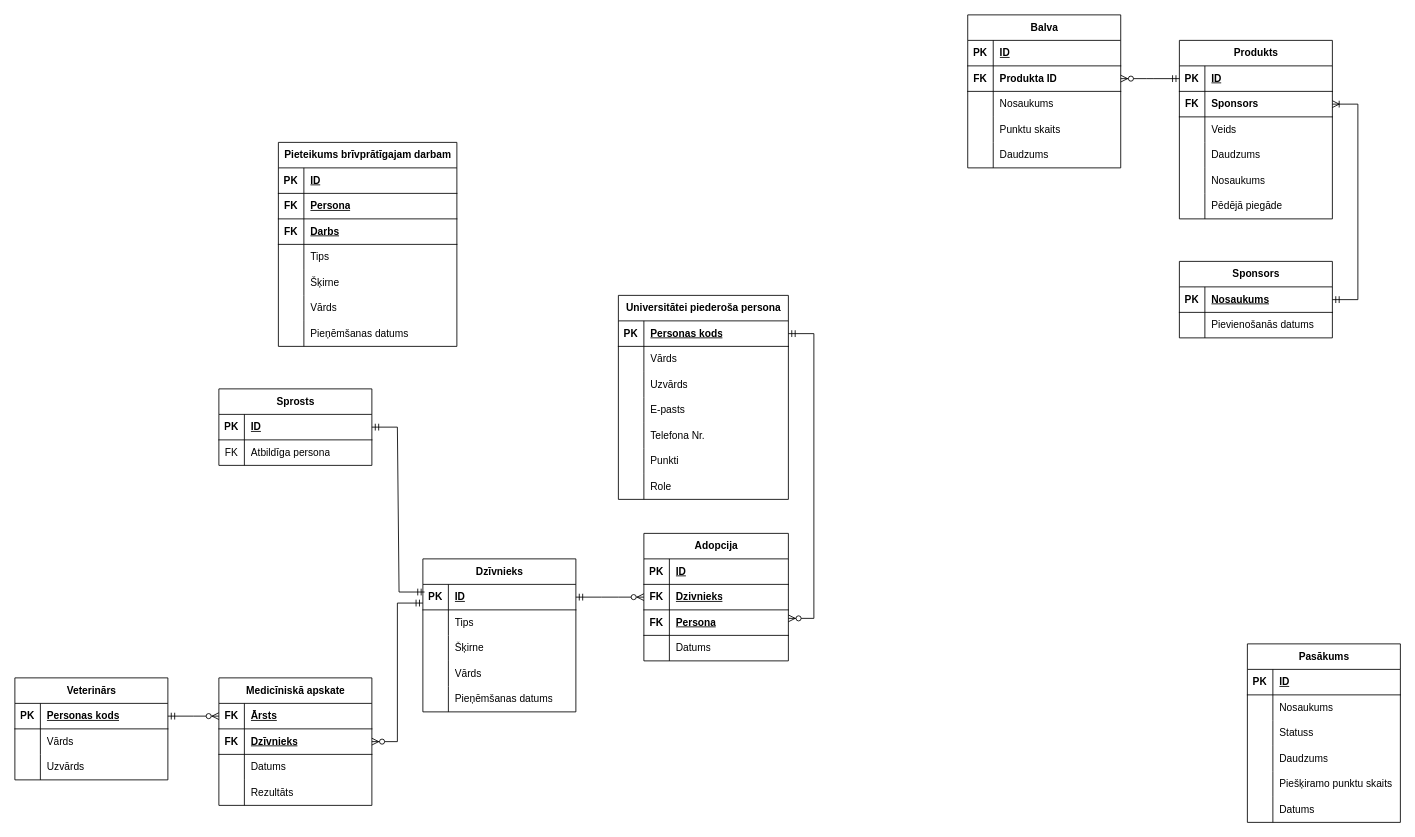
Boris-Zalov/richat keeps this draw.io diagram as Animal shelter.drawio. Above is the earlier version. Source tidied: cells renumbered, new cells numbered last; positions are measured from the earlier drawing's top-left corner, leaving out a move shared by most shapes. Both pictures are drawn from the tidied source at 85%, with x=0, y=0 at pixel (14, 14).
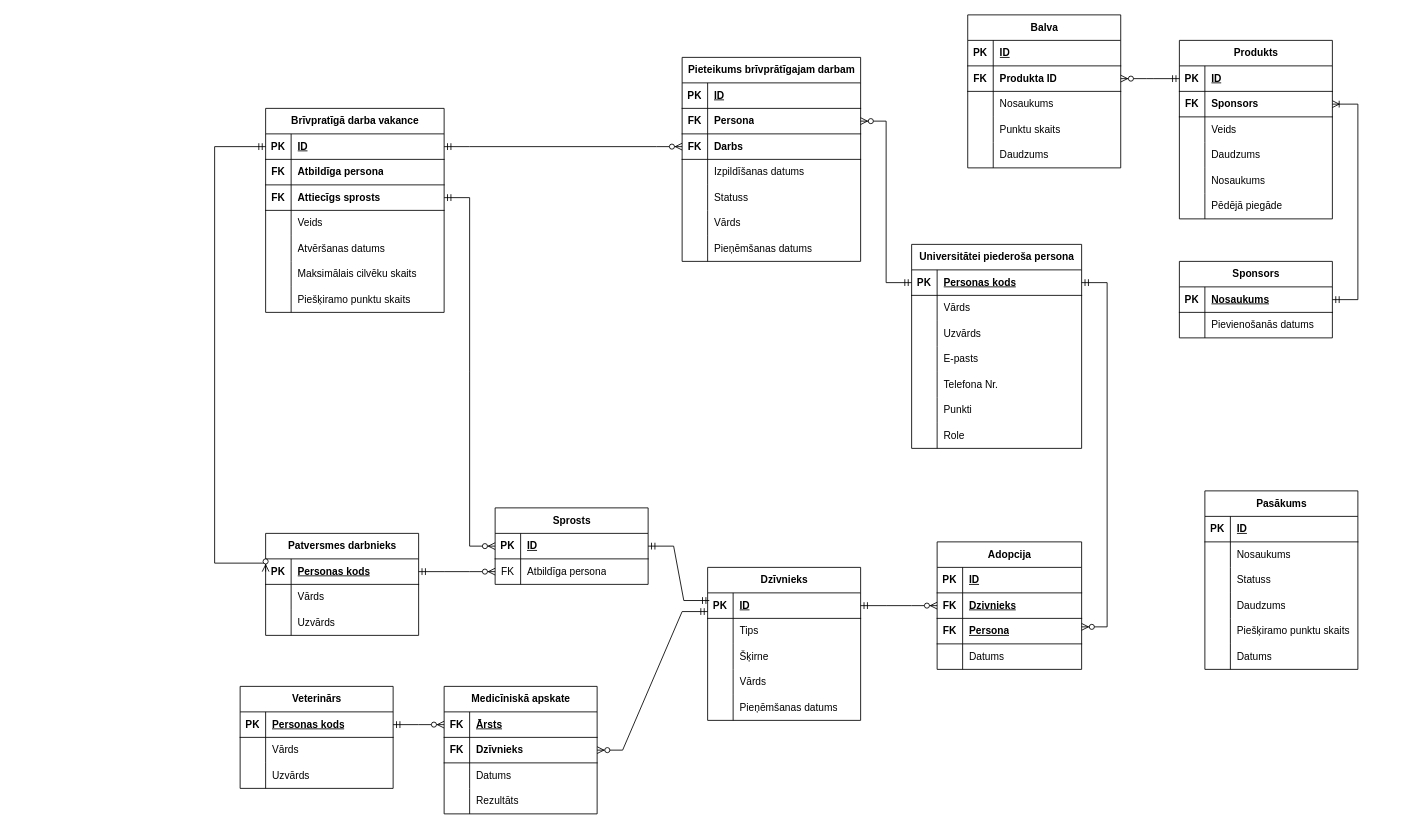
The same page after the edit.

The change refers to these unchanged cells:
```xml
<mxCell id="45" style="shape=tableRow;horizontal=0;startSize=0;swimlaneHead=0;swimlaneBody=0;fillColor=none;points=[[0,0.5],[1,0.5]];portConstraint=eastwest;top=0;left=0;right=0;bottom=1;" parent="44" vertex="1">
  <mxGeometry y="30" width="180" height="30" as="geometry" />
</mxCell>
<mxCell id="55" style="shape=tableRow;horizontal=0;startSize=0;swimlaneHead=0;swimlaneBody=0;fillColor=none;points=[[0,0.5],[1,0.5]];portConstraint=eastwest;top=0;left=0;right=0;bottom=1;" parent="54" vertex="1">
  <mxGeometry y="30" width="180" height="30" as="geometry" />
</mxCell>
<mxCell id="58" style="shape=tableRow;horizontal=0;startSize=0;swimlaneHead=0;swimlaneBody=0;fillColor=none;points=[[0,0.5],[1,0.5]];portConstraint=eastwest;top=0;left=0;right=0;bottom=1;" parent="54" vertex="1">
  <mxGeometry y="60" width="180" height="30" as="geometry" />
</mxCell>
<mxCell id="68" style="shape=tableRow;horizontal=0;startSize=0;swimlaneHead=0;swimlaneBody=0;fillColor=none;points=[[0,0.5],[1,0.5]];portConstraint=eastwest;top=0;left=0;right=0;bottom=1;" parent="67" vertex="1">
  <mxGeometry y="30" width="180" height="30" as="geometry" />
</mxCell>
<mxCell id="121" style="shape=tableRow;horizontal=0;startSize=0;swimlaneHead=0;swimlaneBody=0;fillColor=none;points=[[0,0.5],[1,0.5]];portConstraint=eastwest;top=0;left=0;right=0;bottom=1;" parent="120" vertex="1">
  <mxGeometry y="30" width="200" height="30" as="geometry" />
</mxCell>
<mxCell id="147" style="shape=tableRow;horizontal=0;startSize=0;swimlaneHead=0;swimlaneBody=0;fillColor=none;points=[[0,0.5],[1,0.5]];portConstraint=eastwest;top=0;left=0;right=0;bottom=0;" parent="143" vertex="1">
  <mxGeometry y="60" width="180" height="30" as="geometry" />
</mxCell>
<mxCell id="155" style="shape=tableRow;horizontal=0;startSize=0;swimlaneHead=0;swimlaneBody=0;fillColor=none;points=[[0,0.5],[1,0.5]];portConstraint=eastwest;top=0;left=0;right=0;bottom=1;" parent="151" vertex="1">
  <mxGeometry y="60" width="210" height="30" as="geometry" />
</mxCell>
<mxCell id="158" style="shape=tableRow;horizontal=0;startSize=0;swimlaneHead=0;swimlaneBody=0;fillColor=none;points=[[0,0.5],[1,0.5]];portConstraint=eastwest;top=0;left=0;right=0;bottom=1;" parent="151" vertex="1">
  <mxGeometry y="90" width="210" height="30" as="geometry" />
</mxCell>
<mxCell id="161" style="shape=tableRow;horizontal=0;startSize=0;swimlaneHead=0;swimlaneBody=0;fillColor=none;top=0;left=0;right=0;bottom=0;" parent="151" vertex="1">
  <mxGeometry y="120" width="210" height="30" as="geometry" />
</mxCell>
<mxCell id="164" style="shape=tableRow;horizontal=0;startSize=0;swimlaneHead=0;swimlaneBody=0;fillColor=none;top=0;left=0;right=0;bottom=0;" parent="151" vertex="1">
  <mxGeometry y="150" width="210" height="30" as="geometry" />
</mxCell>
```

Change to the diagram source:
```diff
@@
     <mxCell id="44" value="Veterinārs" style="shape=table;startSize=30;childLayout=tableLayout;rowLines=0;fontStyle=1;align=center;html=1;" parent="1" vertex="1">
-      <mxGeometry y="780" width="180" height="120" as="geometry" />
+      <mxGeometry x="265" y="790" width="180" height="120" as="geometry" />
     </mxCell>
@@
     <mxCell id="54" value="Medicīniskā apskate" style="shape=table;startSize=30;childLayout=tableLayout;rowLines=0;fontStyle=1;align=center;html=1;" parent="1" vertex="1">
-      <mxGeometry x="240" y="780" width="180" height="150" as="geometry" />
+      <mxGeometry x="505" y="790" width="180" height="150" as="geometry" />
     </mxCell>
@@
-    <mxCell id="60" value="Dzīvnieks" style="shape=partialRectangle;fillColor=none;top=0;left=0;bottom=0;right=0;align=left;spacingLeft=6;fontStyle=5;overflow=hidden;whiteSpace=wrap;html=1;" parent="58" vertex="1">
+    <mxCell id="60" value="Dzīvnieks" style="shape=partialRectangle;fillColor=none;top=0;left=0;bottom=0;right=0;align=left;spacingLeft=6;fontStyle=1;overflow=hidden;whiteSpace=wrap;html=1;" parent="58" vertex="1">
       <mxGeometry x="30" width="150" height="30" as="geometry" />
     </mxCell>
@@
     <mxCell id="67" value="Dzīvnieks" style="shape=table;startSize=30;childLayout=tableLayout;rowLines=0;fontStyle=1;align=center;html=1;" parent="1" vertex="1">
-      <mxGeometry x="480" y="640" width="180" height="180" as="geometry" />
+      <mxGeometry x="815" y="650" width="180" height="180" as="geometry" />
     </mxCell>
@@
     <mxCell id="83" value="Adopcija" style="shape=table;startSize=30;childLayout=tableLayout;rowLines=0;fontStyle=1;align=center;html=1;" parent="1" vertex="1">
-      <mxGeometry x="740" y="610" width="170" height="150" as="geometry" />
+      <mxGeometry x="1085" y="620" width="170" height="150" as="geometry" />
     </mxCell>
@@
     <mxCell id="98" style="edgeStyle=entityRelationEdgeStyle;fontSize=12;html=1;endArrow=ERzeroToMany;startArrow=ERmandOne;rounded=0;exitX=0;exitY=0.733;exitDx=0;exitDy=0;entryX=1;entryY=0.5;entryDx=0;entryDy=0;exitPerimeter=0;" parent="1" edge="1" source="68" target="58">
       <mxGeometry relative="1" as="geometry">
         <Array as="points">
-          <mxPoint x="380" y="693" />
-          <mxPoint x="420" y="730" />
-          <mxPoint x="470" y="730" />
-          <mxPoint x="380" y="670" />
-          <mxPoint x="470" y="660" />
-          <mxPoint x="450" y="774" />
-          <mxPoint x="550" y="560" />
+          <mxPoint x="490" y="683" />
+          <mxPoint x="530" y="720" />
+          <mxPoint x="580" y="720" />
+          <mxPoint x="490" y="660" />
+          <mxPoint x="580" y="650" />
+          <mxPoint x="560" y="764" />
+          <mxPoint x="660" y="550" />
         </Array>
       </mxGeometry>
     </mxCell>
     <mxCell id="99" style="edgeStyle=entityRelationEdgeStyle;fontSize=12;html=1;endArrow=ERzeroToMany;startArrow=ERmandOne;rounded=0;exitX=1;exitY=0.5;exitDx=0;exitDy=0;entryX=0;entryY=0.5;entryDx=0;entryDy=0;" parent="1" edge="1" source="45" target="55">
       <mxGeometry relative="1" as="geometry">
         <Array as="points">
-          <mxPoint x="420" y="525" />
-          <mxPoint x="510" y="515" />
-          <mxPoint x="590" y="415" />
+          <mxPoint x="655" y="535" />
+          <mxPoint x="745" y="525" />
+          <mxPoint x="825" y="425" />
         </Array>
       </mxGeometry>
     </mxCell>
@@
     <mxCell id="101" value="Pasākums" style="shape=table;startSize=30;childLayout=tableLayout;rowLines=0;fontStyle=1;align=center;html=1;" parent="1" vertex="1">
-      <mxGeometry x="1450" y="740" width="180" height="210" as="geometry" />
+      <mxGeometry x="1400" y="560" width="180" height="210" as="geometry" />
     </mxCell>
@@
     <mxCell id="120" value="Universitātei piederoša persona" style="shape=table;startSize=30;childLayout=tableLayout;rowLines=0;fontStyle=1;align=center;html=1;" parent="1" vertex="1">
-      <mxGeometry x="710" y="330" width="200" height="240" as="geometry" />
+      <mxGeometry x="1055" y="270" width="200" height="240" as="geometry" />
     </mxCell>
@@
     <mxCell id="143" value="Sprosts" style="shape=table;startSize=30;childLayout=tableLayout;rowLines=0;fontStyle=1;align=center;html=1;" parent="1" vertex="1">
-      <mxGeometry x="240" y="440" width="180" height="90" as="geometry" />
+      <mxGeometry x="565" y="580" width="180" height="90" as="geometry" />
     </mxCell>
@@
     <mxCell id="151" value="Pieteikums brīvprātīgajam darbam" style="shape=table;startSize=30;childLayout=tableLayout;rowLines=0;fontStyle=1;align=center;html=1;" parent="1" vertex="1">
-      <mxGeometry x="310" y="150" width="210" height="240" as="geometry" />
+      <mxGeometry x="785" y="50" width="210" height="240" as="geometry" />
     </mxCell>
@@
-    <mxCell id="157" value="Persona" style="shape=partialRectangle;fillColor=none;top=0;left=0;bottom=0;right=0;align=left;spacingLeft=6;fontStyle=5;overflow=hidden;whiteSpace=wrap;html=1;" parent="155" vertex="1">
+    <mxCell id="157" value="Persona" style="shape=partialRectangle;fillColor=none;top=0;left=0;bottom=0;right=0;align=left;spacingLeft=6;fontStyle=1;overflow=hidden;whiteSpace=wrap;html=1;" parent="155" vertex="1">
       <mxGeometry x="30" width="180" height="30" as="geometry" />
     </mxCell>
@@
-    <mxCell id="160" value="Darbs" style="shape=partialRectangle;fillColor=none;top=0;left=0;bottom=0;right=0;align=left;spacingLeft=6;fontStyle=5;overflow=hidden;whiteSpace=wrap;html=1;" parent="158" vertex="1">
+    <mxCell id="160" value="Darbs" style="shape=partialRectangle;fillColor=none;top=0;left=0;bottom=0;right=0;align=left;spacingLeft=6;fontStyle=1;overflow=hidden;whiteSpace=wrap;html=1;" parent="158" vertex="1">
       <mxGeometry x="30" width="180" height="30" as="geometry" />
     </mxCell>
@@
-    <mxCell id="163" value="Tips" style="shape=partialRectangle;fillColor=none;top=0;left=0;bottom=0;right=0;align=left;spacingLeft=6;overflow=hidden;whiteSpace=wrap;html=1;" parent="161" vertex="1">
+    <mxCell id="163" value="Izpildīšanas datums" style="shape=partialRectangle;fillColor=none;top=0;left=0;bottom=0;right=0;align=left;spacingLeft=6;overflow=hidden;whiteSpace=wrap;html=1;" parent="161" vertex="1">
       <mxGeometry x="30" width="180" height="30" as="geometry" />
     </mxCell>
@@
-    <mxCell id="166" value="Šķirne" style="shape=partialRectangle;fillColor=none;top=0;left=0;bottom=0;right=0;align=left;spacingLeft=6;overflow=hidden;whiteSpace=wrap;html=1;" parent="164" vertex="1">
+    <mxCell id="166" value="Statuss" style="shape=partialRectangle;fillColor=none;top=0;left=0;bottom=0;right=0;align=left;spacingLeft=6;overflow=hidden;whiteSpace=wrap;html=1;" parent="164" vertex="1">
       <mxGeometry x="30" width="180" height="30" as="geometry" />
     </mxCell>
@@
+    <mxCell id="173" value="Brīvpratīgā darba vakance" style="shape=table;startSize=30;childLayout=tableLayout;rowLines=0;fontStyle=1;align=center;html=1;" parent="1" vertex="1">
+      <mxGeometry x="295" y="110" width="210" height="240" as="geometry" />
+    </mxCell>
+    <mxCell id="174" style="shape=tableRow;horizontal=0;startSize=0;swimlaneHead=0;swimlaneBody=0;fillColor=none;points=[[0,0.5],[1,0.5]];portConstraint=eastwest;top=0;left=0;right=0;bottom=1;fontStyle=4;" parent="173" vertex="1">
+      <mxGeometry y="30" width="210" height="30" as="geometry" />
+    </mxCell>
+    <mxCell id="175" value="PK" style="shape=partialRectangle;fillColor=none;top=0;left=0;bottom=0;right=0;fontStyle=1;overflow=hidden;whiteSpace=wrap;html=1;" parent="174" vertex="1">
+      <mxGeometry width="30" height="30" as="geometry" />
+    </mxCell>
+    <mxCell id="176" value="ID" style="shape=partialRectangle;fillColor=none;top=0;left=0;bottom=0;right=0;align=left;spacingLeft=6;fontStyle=5;overflow=hidden;whiteSpace=wrap;html=1;" parent="174" vertex="1">
+      <mxGeometry x="30" width="180" height="30" as="geometry" />
+    </mxCell>
+    <mxCell id="177" style="shape=tableRow;horizontal=0;startSize=0;swimlaneHead=0;swimlaneBody=0;fillColor=none;top=0;left=0;right=0;bottom=1;" parent="173" vertex="1">
+      <mxGeometry y="60" width="210" height="30" as="geometry" />
+    </mxCell>
+    <mxCell id="178" value="FK" style="shape=partialRectangle;fillColor=none;top=0;left=0;bottom=0;right=0;fontStyle=1;overflow=hidden;whiteSpace=wrap;html=1;" parent="177" vertex="1">
+      <mxGeometry width="30" height="30" as="geometry" />
+    </mxCell>
+    <mxCell id="179" value="Atbildīga persona" style="shape=partialRectangle;fillColor=none;top=0;left=0;bottom=0;right=0;align=left;spacingLeft=6;fontStyle=1;overflow=hidden;whiteSpace=wrap;html=1;" parent="177" vertex="1">
+      <mxGeometry x="30" width="180" height="30" as="geometry" />
+    </mxCell>
+    <mxCell id="180" style="shape=tableRow;horizontal=0;startSize=0;swimlaneHead=0;swimlaneBody=0;fillColor=none;points=[[0,0.5],[1,0.5]];portConstraint=eastwest;top=0;left=0;right=0;bottom=1;" parent="173" vertex="1">
+      <mxGeometry y="90" width="210" height="30" as="geometry" />
+    </mxCell>
+    <mxCell id="181" value="FK" style="shape=partialRectangle;fillColor=none;top=0;left=0;bottom=0;right=0;fontStyle=1;overflow=hidden;whiteSpace=wrap;html=1;" parent="180" vertex="1">
+      <mxGeometry width="30" height="30" as="geometry" />
+    </mxCell>
+    <mxCell id="182" value="Attiecīgs sprosts" style="shape=partialRectangle;fillColor=none;top=0;left=0;bottom=0;right=0;align=left;spacingLeft=6;fontStyle=1;overflow=hidden;whiteSpace=wrap;html=1;" parent="180" vertex="1">
+      <mxGeometry x="30" width="180" height="30" as="geometry" />
+    </mxCell>
+    <mxCell id="183" style="shape=tableRow;horizontal=0;startSize=0;swimlaneHead=0;swimlaneBody=0;fillColor=none;top=0;left=0;right=0;bottom=0;" parent="173" vertex="1">
+      <mxGeometry y="120" width="210" height="30" as="geometry" />
+    </mxCell>
+    <mxCell id="184" style="shape=partialRectangle;fillColor=none;top=0;left=0;bottom=0;right=0;overflow=hidden;whiteSpace=wrap;html=1;" parent="183" vertex="1">
+      <mxGeometry width="30" height="30" as="geometry" />
+    </mxCell>
+    <mxCell id="185" value="Veids" style="shape=partialRectangle;fillColor=none;top=0;left=0;bottom=0;right=0;align=left;spacingLeft=6;overflow=hidden;whiteSpace=wrap;html=1;" parent="183" vertex="1">
+      <mxGeometry x="30" width="180" height="30" as="geometry" />
+    </mxCell>
+    <mxCell id="186" style="shape=tableRow;horizontal=0;startSize=0;swimlaneHead=0;swimlaneBody=0;fillColor=none;top=0;left=0;right=0;bottom=0;" parent="173" vertex="1">
+      <mxGeometry y="150" width="210" height="30" as="geometry" />
+    </mxCell>
+    <mxCell id="187" style="shape=partialRectangle;fillColor=none;top=0;left=0;bottom=0;right=0;overflow=hidden;whiteSpace=wrap;html=1;" parent="186" vertex="1">
+      <mxGeometry width="30" height="30" as="geometry" />
+    </mxCell>
+    <mxCell id="188" value="Atvēršanas datums" style="shape=partialRectangle;fillColor=none;top=0;left=0;bottom=0;right=0;align=left;spacingLeft=6;overflow=hidden;whiteSpace=wrap;html=1;" parent="186" vertex="1">
+      <mxGeometry x="30" width="180" height="30" as="geometry" />
+    </mxCell>
+    <mxCell id="189" style="shape=tableRow;horizontal=0;startSize=0;swimlaneHead=0;swimlaneBody=0;fillColor=none;top=0;left=0;right=0;bottom=0;" parent="173" vertex="1">
+      <mxGeometry y="180" width="210" height="30" as="geometry" />
+    </mxCell>
+    <mxCell id="190" style="shape=partialRectangle;fillColor=none;top=0;left=0;bottom=0;right=0;overflow=hidden;whiteSpace=wrap;html=1;" parent="189" vertex="1">
+      <mxGeometry width="30" height="30" as="geometry" />
+    </mxCell>
+    <mxCell id="191" value="Maksimālais cilvēku skaits" style="shape=partialRectangle;fillColor=none;top=0;left=0;bottom=0;right=0;align=left;spacingLeft=6;overflow=hidden;whiteSpace=wrap;html=1;" parent="189" vertex="1">
+      <mxGeometry x="30" width="180" height="30" as="geometry" />
+    </mxCell>
+    <mxCell id="192" style="shape=tableRow;horizontal=0;startSize=0;swimlaneHead=0;swimlaneBody=0;fillColor=none;top=0;left=0;right=0;bottom=0;" parent="173" vertex="1">
+      <mxGeometry y="210" width="210" height="30" as="geometry" />
+    </mxCell>
+    <mxCell id="193" style="shape=partialRectangle;fillColor=none;top=0;left=0;bottom=0;right=0;overflow=hidden;whiteSpace=wrap;html=1;" parent="192" vertex="1">
+      <mxGeometry width="30" height="30" as="geometry" />
+    </mxCell>
+    <mxCell id="194" value="Piešķiramo punktu skaits" style="shape=partialRectangle;fillColor=none;top=0;left=0;bottom=0;right=0;align=left;spacingLeft=6;overflow=hidden;whiteSpace=wrap;html=1;" parent="192" vertex="1">
+      <mxGeometry x="30" width="180" height="30" as="geometry" />
+    </mxCell>
+    <mxCell id="195" style="edgeStyle=entityRelationEdgeStyle;fontSize=12;html=1;endArrow=ERzeroToMany;startArrow=ERmandOne;rounded=0;entryX=1;entryY=0.5;entryDx=0;entryDy=0;exitX=0;exitY=0.5;exitDx=0;exitDy=0;" parent="1" edge="1" source="121" target="155">
+      <mxGeometry relative="1" as="geometry" />
+    </mxCell>
+    <mxCell id="196" style="edgeStyle=entityRelationEdgeStyle;fontSize=12;html=1;endArrow=ERzeroToMany;startArrow=ERmandOne;rounded=0;entryX=0;entryY=0.5;entryDx=0;entryDy=0;exitX=1;exitY=0.5;exitDx=0;exitDy=0;" parent="1" edge="1" source="174" target="158">
+      <mxGeometry relative="1" as="geometry" />
+    </mxCell>
+    <mxCell id="197" style="edgeStyle=entityRelationEdgeStyle;fontSize=12;html=1;endArrow=ERzeroToMany;startArrow=ERmandOne;rounded=0;exitX=1;exitY=0.5;exitDx=0;exitDy=0;entryX=0;entryY=0.5;entryDx=0;entryDy=0;" parent="1" edge="1" source="180" target="143">
+      <mxGeometry relative="1" as="geometry">
+        <Array as="points">
+          <mxPoint x="705" y="280" />
+          <mxPoint x="565" y="460" />
+        </Array>
+      </mxGeometry>
+    </mxCell>
+    <mxCell id="198" value="Patversmes darbnieks" style="shape=table;startSize=30;childLayout=tableLayout;rowLines=0;fontStyle=1;align=center;html=1;" parent="1" vertex="1">
+      <mxGeometry x="295" y="610" width="180" height="120" as="geometry" />
+    </mxCell>
+    <mxCell id="199" style="shape=tableRow;horizontal=0;startSize=0;swimlaneHead=0;swimlaneBody=0;fillColor=none;points=[[0,0.5],[1,0.5]];portConstraint=eastwest;top=0;left=0;right=0;bottom=1;" parent="198" vertex="1">
+      <mxGeometry y="30" width="180" height="30" as="geometry" />
+    </mxCell>
+    <mxCell id="200" value="PK" style="shape=partialRectangle;fillColor=none;top=0;left=0;bottom=0;right=0;fontStyle=1;overflow=hidden;whiteSpace=wrap;html=1;" parent="199" vertex="1">
+      <mxGeometry width="30" height="30" as="geometry" />
+    </mxCell>
+    <mxCell id="201" value="Personas kods" style="shape=partialRectangle;fillColor=none;top=0;left=0;bottom=0;right=0;align=left;spacingLeft=6;fontStyle=5;overflow=hidden;whiteSpace=wrap;html=1;" parent="199" vertex="1">
+      <mxGeometry x="30" width="150" height="30" as="geometry" />
+    </mxCell>
+    <mxCell id="202" style="shape=tableRow;horizontal=0;startSize=0;swimlaneHead=0;swimlaneBody=0;fillColor=none;top=0;left=0;right=0;bottom=0;" parent="198" vertex="1">
+      <mxGeometry y="60" width="180" height="30" as="geometry" />
+    </mxCell>
+    <mxCell id="203" style="shape=partialRectangle;fillColor=none;top=0;left=0;bottom=0;right=0;overflow=hidden;whiteSpace=wrap;html=1;" parent="202" vertex="1">
+      <mxGeometry width="30" height="30" as="geometry" />
+    </mxCell>
+    <mxCell id="204" value="Vārds&lt;span style=&quot;white-space: pre;&quot;&gt;&#9;&lt;/span&gt;" style="shape=partialRectangle;fillColor=none;top=0;left=0;bottom=0;right=0;align=left;spacingLeft=6;overflow=hidden;whiteSpace=wrap;html=1;" parent="202" vertex="1">
+      <mxGeometry x="30" width="150" height="30" as="geometry" />
+    </mxCell>
+    <mxCell id="205" style="shape=tableRow;horizontal=0;startSize=0;swimlaneHead=0;swimlaneBody=0;fillColor=none;top=0;left=0;right=0;bottom=0;" parent="198" vertex="1">
+      <mxGeometry y="90" width="180" height="30" as="geometry" />
+    </mxCell>
+    <mxCell id="206" style="shape=partialRectangle;fillColor=none;top=0;left=0;bottom=0;right=0;overflow=hidden;whiteSpace=wrap;html=1;" parent="205" vertex="1">
+      <mxGeometry width="30" height="30" as="geometry" />
+    </mxCell>
+    <mxCell id="207" value="Uzvārds" style="shape=partialRectangle;fillColor=none;top=0;left=0;bottom=0;right=0;align=left;spacingLeft=6;overflow=hidden;whiteSpace=wrap;html=1;" parent="205" vertex="1">
+      <mxGeometry x="30" width="150" height="30" as="geometry" />
+    </mxCell>
+    <mxCell id="208" style="edgeStyle=entityRelationEdgeStyle;fontSize=12;html=1;endArrow=ERzeroToMany;startArrow=ERmandOne;rounded=0;exitX=1;exitY=0.5;exitDx=0;exitDy=0;entryX=0;entryY=0.5;entryDx=0;entryDy=0;" parent="1" edge="1" source="199" target="147">
+      <mxGeometry relative="1" as="geometry">
+        <Array as="points">
+          <mxPoint x="405" y="380" />
+          <mxPoint x="265" y="560" />
+        </Array>
+      </mxGeometry>
+    </mxCell>
+    <mxCell id="209" style="edgeStyle=orthogonalEdgeStyle;fontSize=12;html=1;endArrow=ERzeroToMany;startArrow=ERmandOne;rounded=0;entryX=0;entryY=0.5;entryDx=0;entryDy=0;exitX=0;exitY=0.5;exitDx=0;exitDy=0;" parent="1" edge="1" source="174" target="199">
+      <mxGeometry relative="1" as="geometry">
+        <Array as="points">
+          <mxPoint x="235" y="155" />
+          <mxPoint x="235" y="645" />
+        </Array>
+      </mxGeometry>
+    </mxCell>
```
